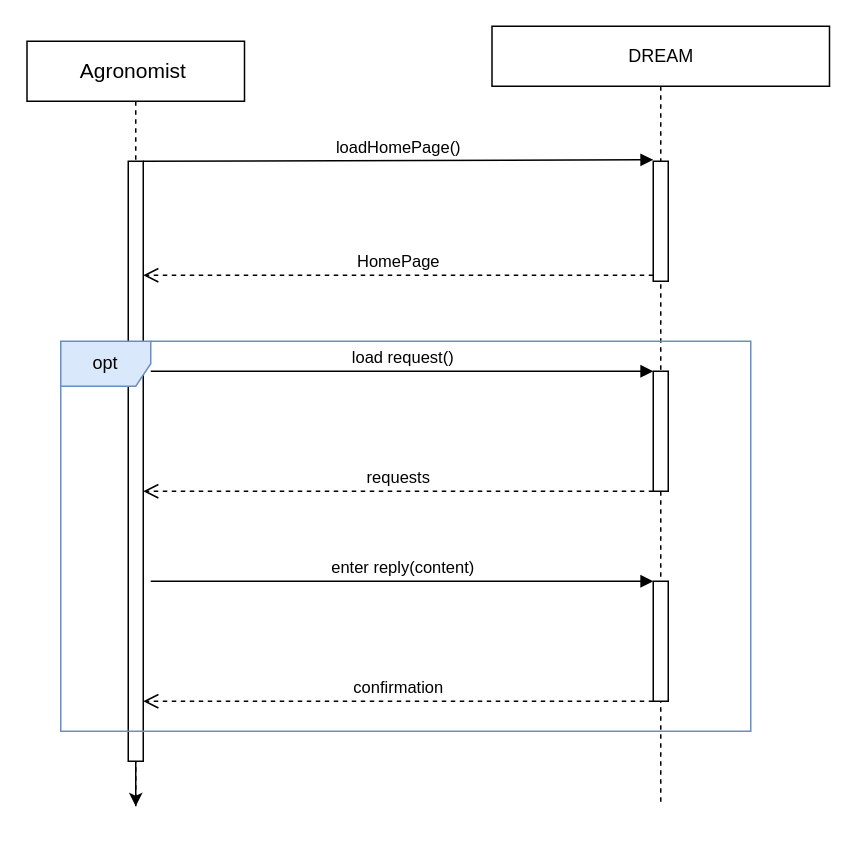
Above: page "Agonomist-request" (13 of 14) of RASD/diagrams/Sequence Diagram.drawio in ictar/DREAM-SE2-Project-2022 (draw.io), before the change. Source tidied: cells renumbered, new cells numbered last; positions are measured from the earlier drawing's top-left corner, leaving out a move shared by most shapes. Both pictures are drawn from the tidied source at 150%, with x=0, y=0 at pixel (26, 26).
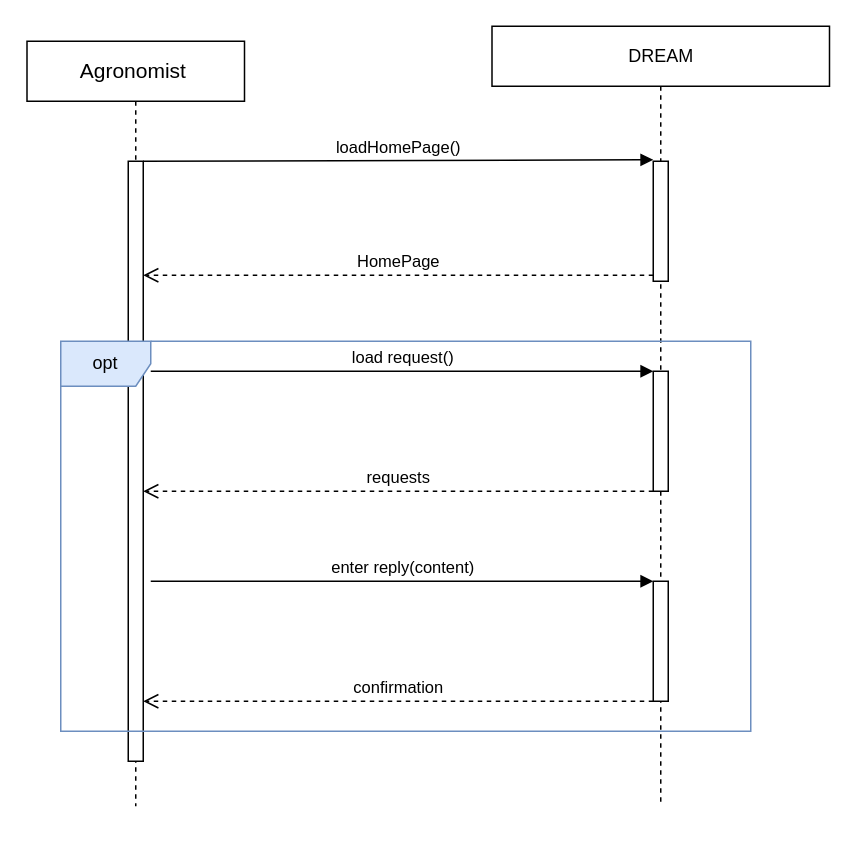
The same page after the edit.

Unchanged cells that the change refers to:
```xml
<mxCell id="10" style="html=1;points=[];perimeter=orthogonalPerimeter;" parent="1" vertex="1">
  <mxGeometry x="68" y="90" width="10" height="400" as="geometry" />
</mxCell>
```

What changed in the source:
```diff
@@
-    <mxCell id="9" style="edgeStyle=orthogonalEdgeStyle;rounded=0;jettySize=auto;html=1;" parent="1" edge="1" source="10">
-      <mxGeometry relative="1" as="geometry">
-        <mxPoint x="73" y="520" as="targetPoint" />
-      </mxGeometry>
-    </mxCell>
```
